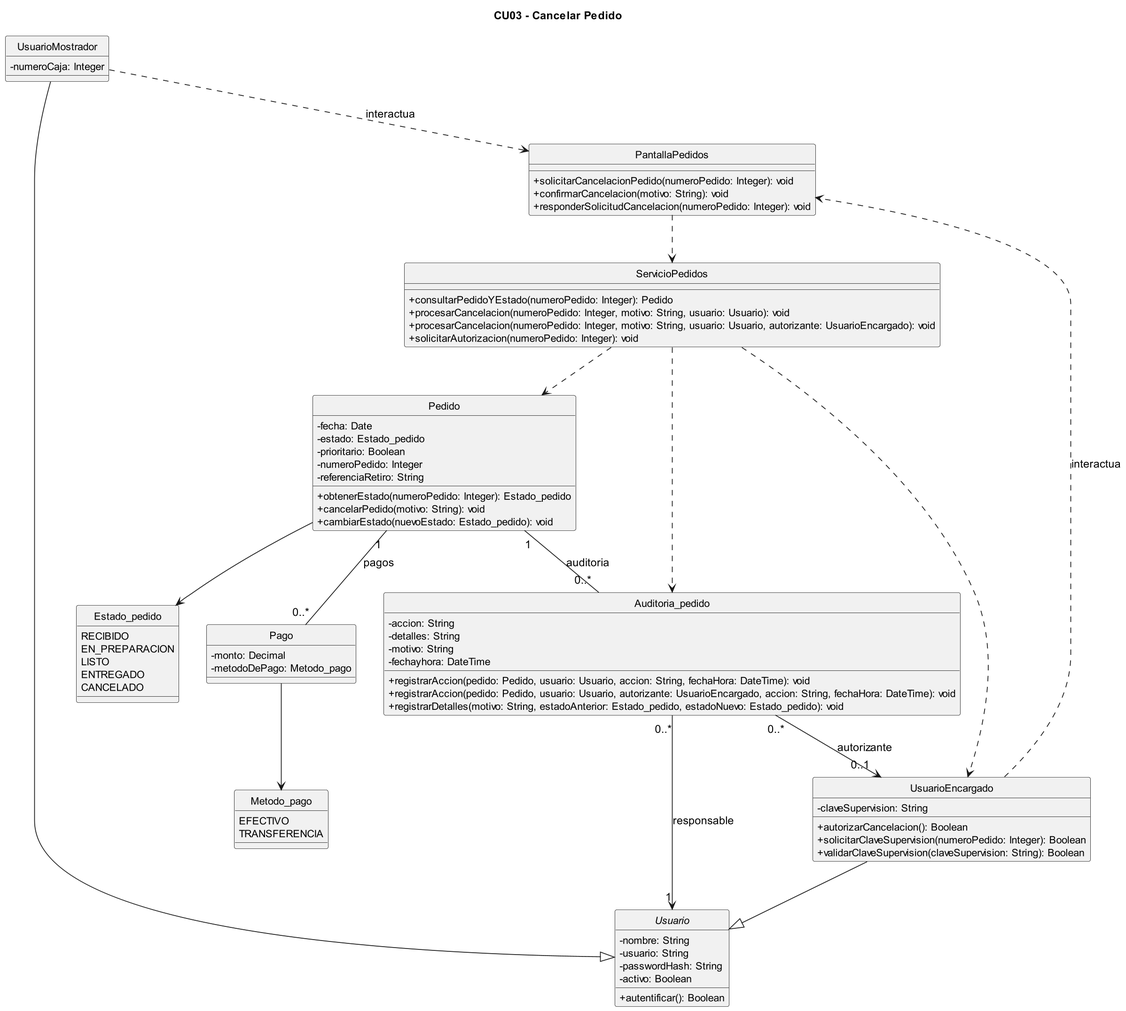
Earlier version of the PlantUML export diagramas/01-diagrama-clases/03-clases-cancelar-pedido-03.png (eloeyhe/SistemaPedidos).
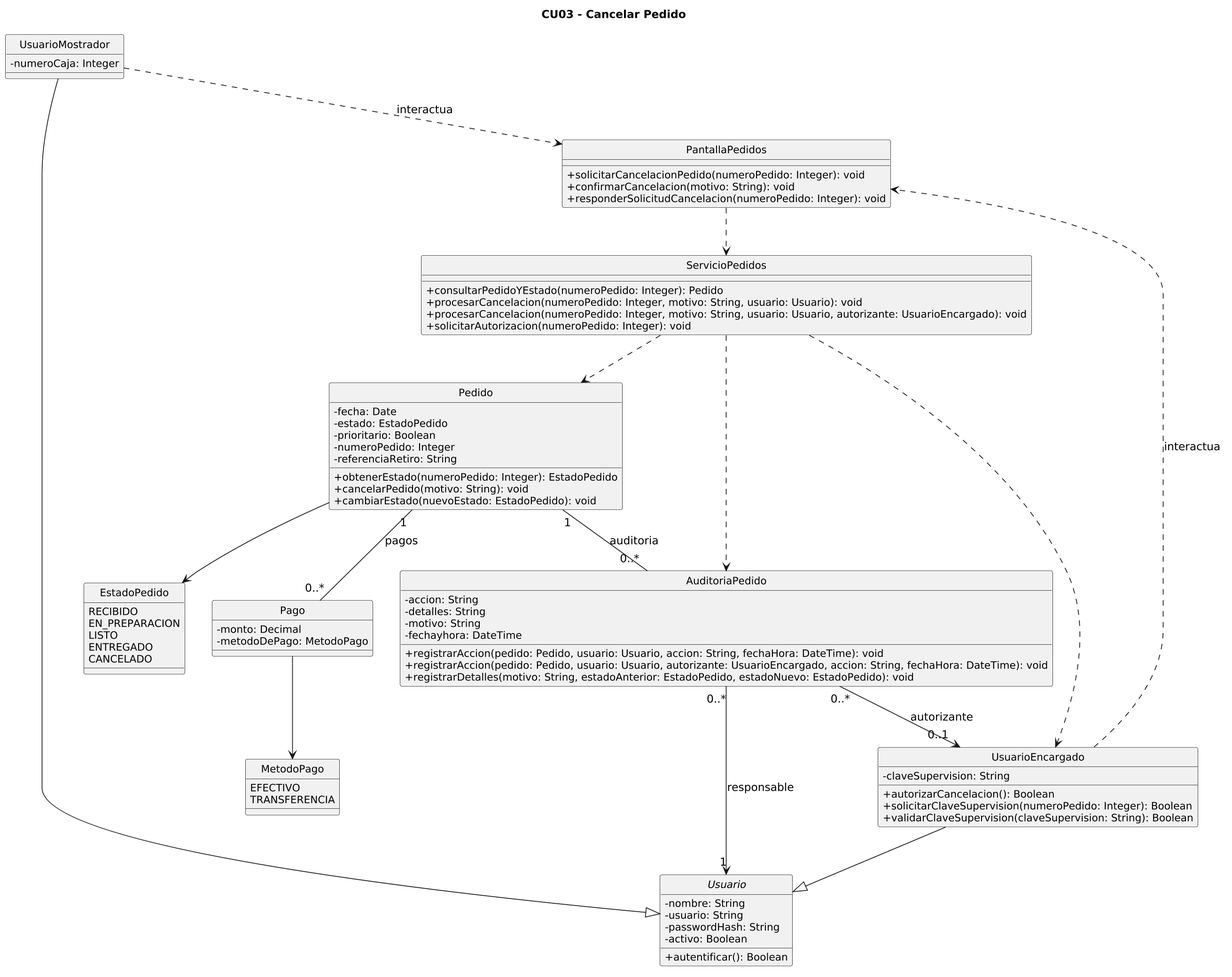
Above is the later version.

What changed in the source:
```diff
@@ -42,31 +42,31 @@
 
 class Pedido {
   -fecha: Date
-  -estado: Estado_pedido
+  -estado: EstadoPedido
   -prioritario: Boolean
   -numeroPedido: Integer
   -referenciaRetiro: String
-  +obtenerEstado(numeroPedido: Integer): Estado_pedido
+  +obtenerEstado(numeroPedido: Integer): EstadoPedido
   +cancelarPedido(motivo: String): void
-  +cambiarEstado(nuevoEstado: Estado_pedido): void
+  +cambiarEstado(nuevoEstado: EstadoPedido): void
 }
 
 class Pago {
   -monto: Decimal
-  -metodoDePago: Metodo_pago
+  -metodoDePago: MetodoPago
 }
 
-class Auditoria_pedido {
+class AuditoriaPedido {
   -accion: String
   -detalles: String
   -motivo: String
   -fechayhora: DateTime
   +registrarAccion(pedido: Pedido, usuario: Usuario, accion: String, fechaHora: DateTime): void
   +registrarAccion(pedido: Pedido, usuario: Usuario, autorizante: UsuarioEncargado, accion: String, fechaHora: DateTime): void
-  +registrarDetalles(motivo: String, estadoAnterior: Estado_pedido, estadoNuevo: Estado_pedido): void
+  +registrarDetalles(motivo: String, estadoAnterior: EstadoPedido, estadoNuevo: EstadoPedido): void
 }
 
-enum Estado_pedido {
+enum EstadoPedido {
   RECIBIDO
   EN_PREPARACION
   LISTO
@@ -74,7 +74,7 @@
   CANCELADO
 }
 
-enum Metodo_pago {
+enum MetodoPago {
   EFECTIVO
   TRANSFERENCIA
 }
@@ -87,15 +87,15 @@
 
 PantallaPedidos ..> ServicioPedidos
 ServicioPedidos ..> Pedido
-ServicioPedidos ..> Auditoria_pedido
+ServicioPedidos ..> AuditoriaPedido
 ServicioPedidos ..> UsuarioEncargado
 
 Pedido "1" -- "0..*" Pago : pagos
-Pedido "1" -- "0..*" Auditoria_pedido : auditoria
+Pedido "1" -- "0..*" AuditoriaPedido : auditoria
 
-Auditoria_pedido "0..*" --> "1" Usuario : responsable
-Auditoria_pedido "0..*" --> "0..1" UsuarioEncargado : autorizante
+AuditoriaPedido "0..*" --> "1" Usuario : responsable
+AuditoriaPedido "0..*" --> "0..1" UsuarioEncargado : autorizante
 
-Pedido --> Estado_pedido
-Pago --> Metodo_pago
+Pedido --> EstadoPedido
+Pago --> MetodoPago
 @enduml
```
